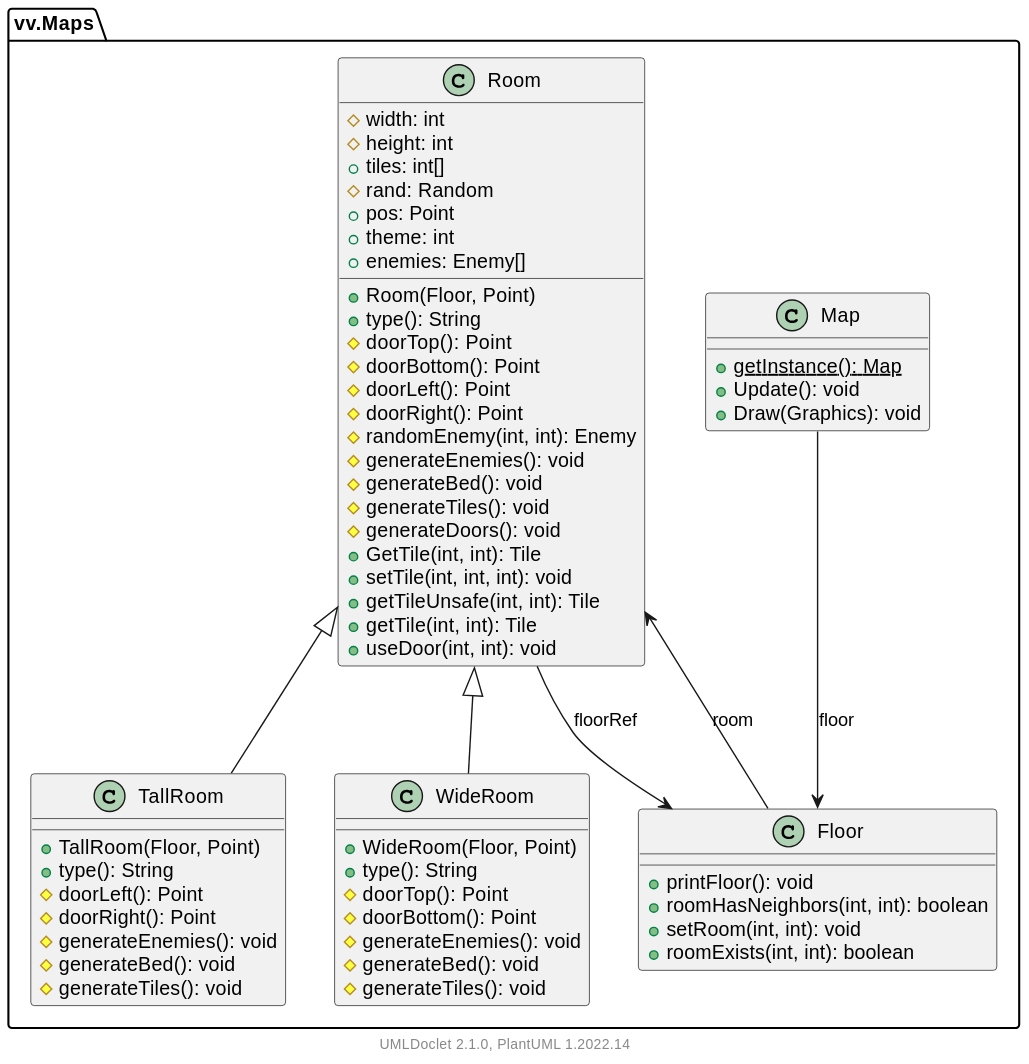
Above: docs/vv/Maps/package.svg in vieruuuu/valentin-vulture (PlantUML), before the change. Source of this version:
```plantuml
@startuml
    namespace vv.Maps {

        class TallRoom [[TallRoom.html]] {
            +TallRoom(Floor, Point)
            +type(): String
            #doorLeft(): Point
            #doorRight(): Point
            #generateEnemies(): void
            #generateBed(): void
            #generateTiles(): void
        }

        class Map [[Map.html]] {
            {static} +getInstance(): Map
            +Update(): void
            +Draw(Graphics): void
        }

        class Room [[Room.html]] {
            #width: int
            #height: int
            +tiles: int[]
            #rand: Random
            +pos: Point
            +theme: int
            +enemies: Enemy[]
            +Room(Floor, Point)
            +type(): String
            #doorTop(): Point
            #doorBottom(): Point
            #doorLeft(): Point
            #doorRight(): Point
            #randomEnemy(int, int): Enemy
            #generateEnemies(): void
            #generateBed(): void
            #generateTiles(): void
            #generateDoors(): void
            +GetTile(int, int): Tile
            +setTile(int, int, int): void
            +getTileUnsafe(int, int): Tile
            +getTile(int, int): Tile
            +useDoor(int, int): void
        }

        class WideRoom [[WideRoom.html]] {
            +WideRoom(Floor, Point)
            +type(): String
            #doorTop(): Point
            #doorBottom(): Point
            #generateEnemies(): void
            #generateBed(): void
            #generateTiles(): void
        }

        class Floor [[Floor.html]] {
            +printFloor(): void
            +roomHasNeighbors(int, int): boolean
            +setRoom(int, int): void
            +roomExists(int, int): boolean
        }

        Room <|-- TallRoom
        Map --> Floor: floor
        Room --> Floor: floorRef
        Room <|-- WideRoom
        Floor --> Room: room
    }

    center footer UMLDoclet 2.1.0, PlantUML %version()
@enduml
```
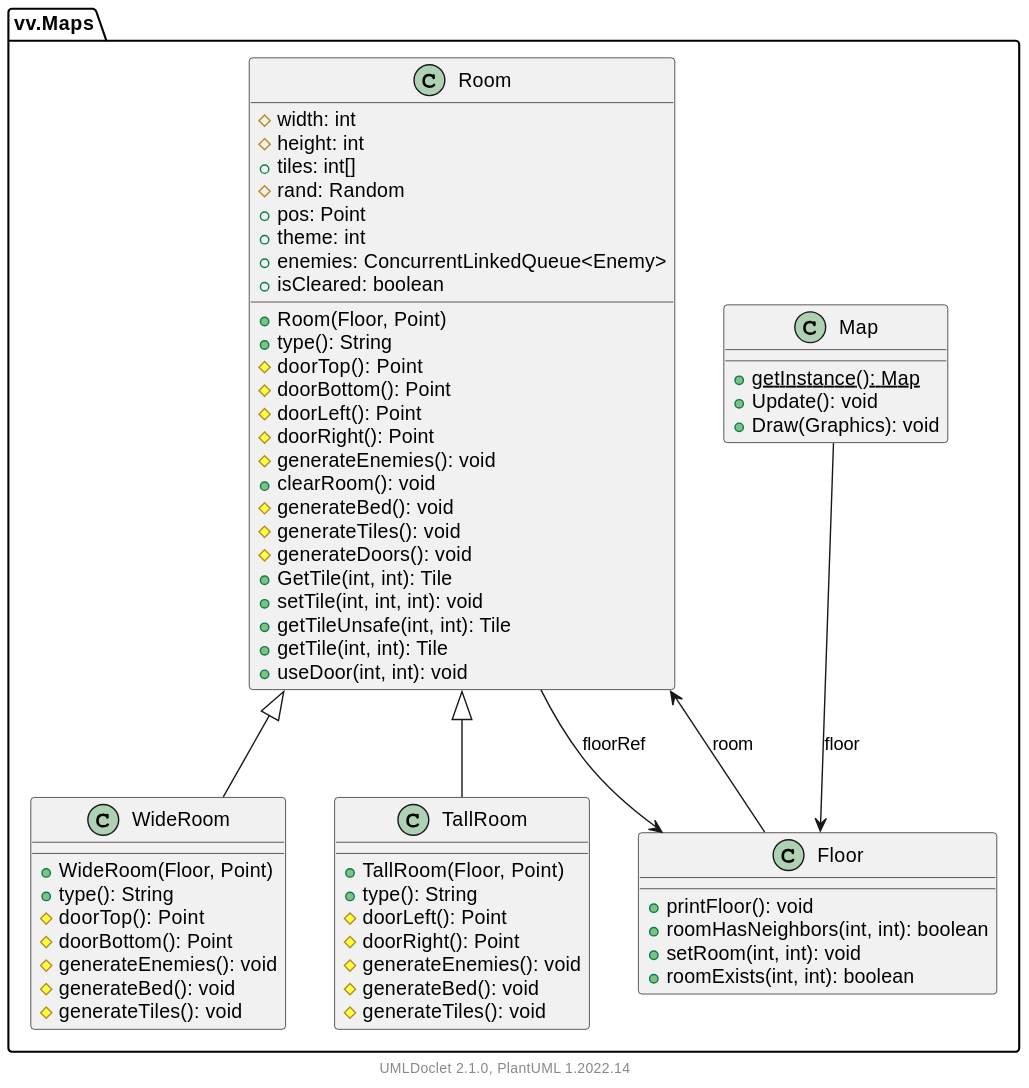
The same diagram one commit later.

Change to the diagram source:
```diff
@@ -1,21 +1,5 @@
 @startuml
     namespace vv.Maps {
-
-        class TallRoom [[TallRoom.html]] {
-            +TallRoom(Floor, Point)
-            +type(): String
-            #doorLeft(): Point
-            #doorRight(): Point
-            #generateEnemies(): void
-            #generateBed(): void
-            #generateTiles(): void
-        }
-
-        class Map [[Map.html]] {
-            {static} +getInstance(): Map
-            +Update(): void
-            +Draw(Graphics): void
-        }
 
         class Room [[Room.html]] {
             #width: int
@@ -24,15 +8,16 @@
             #rand: Random
             +pos: Point
             +theme: int
-            +enemies: Enemy[]
+            +enemies: ConcurrentLinkedQueue<Enemy>
+            +isCleared: boolean
             +Room(Floor, Point)
             +type(): String
             #doorTop(): Point
             #doorBottom(): Point
             #doorLeft(): Point
             #doorRight(): Point
-            #randomEnemy(int, int): Enemy
             #generateEnemies(): void
+            +clearRoom(): void
             #generateBed(): void
             #generateTiles(): void
             #generateDoors(): void
@@ -41,6 +26,13 @@
             +getTileUnsafe(int, int): Tile
             +getTile(int, int): Tile
             +useDoor(int, int): void
+        }
+
+        class Floor [[Floor.html]] {
+            +printFloor(): void
+            +roomHasNeighbors(int, int): boolean
+            +setRoom(int, int): void
+            +roomExists(int, int): boolean
         }
 
         class WideRoom [[WideRoom.html]] {
@@ -53,18 +45,27 @@
             #generateTiles(): void
         }
 
-        class Floor [[Floor.html]] {
-            +printFloor(): void
-            +roomHasNeighbors(int, int): boolean
-            +setRoom(int, int): void
-            +roomExists(int, int): boolean
+        class Map [[Map.html]] {
+            {static} +getInstance(): Map
+            +Update(): void
+            +Draw(Graphics): void
         }
 
+        class TallRoom [[TallRoom.html]] {
+            +TallRoom(Floor, Point)
+            +type(): String
+            #doorLeft(): Point
+            #doorRight(): Point
+            #generateEnemies(): void
+            #generateBed(): void
+            #generateTiles(): void
+        }
+
+        Room --> Floor: floorRef
+        Floor --> Room: room
+        Room <|-- WideRoom
+        Map --> Floor: floor
         Room <|-- TallRoom
-        Map --> Floor: floor
-        Room --> Floor: floorRef
-        Room <|-- WideRoom
-        Floor --> Room: room
     }
 
     center footer UMLDoclet 2.1.0, PlantUML %version()
```
